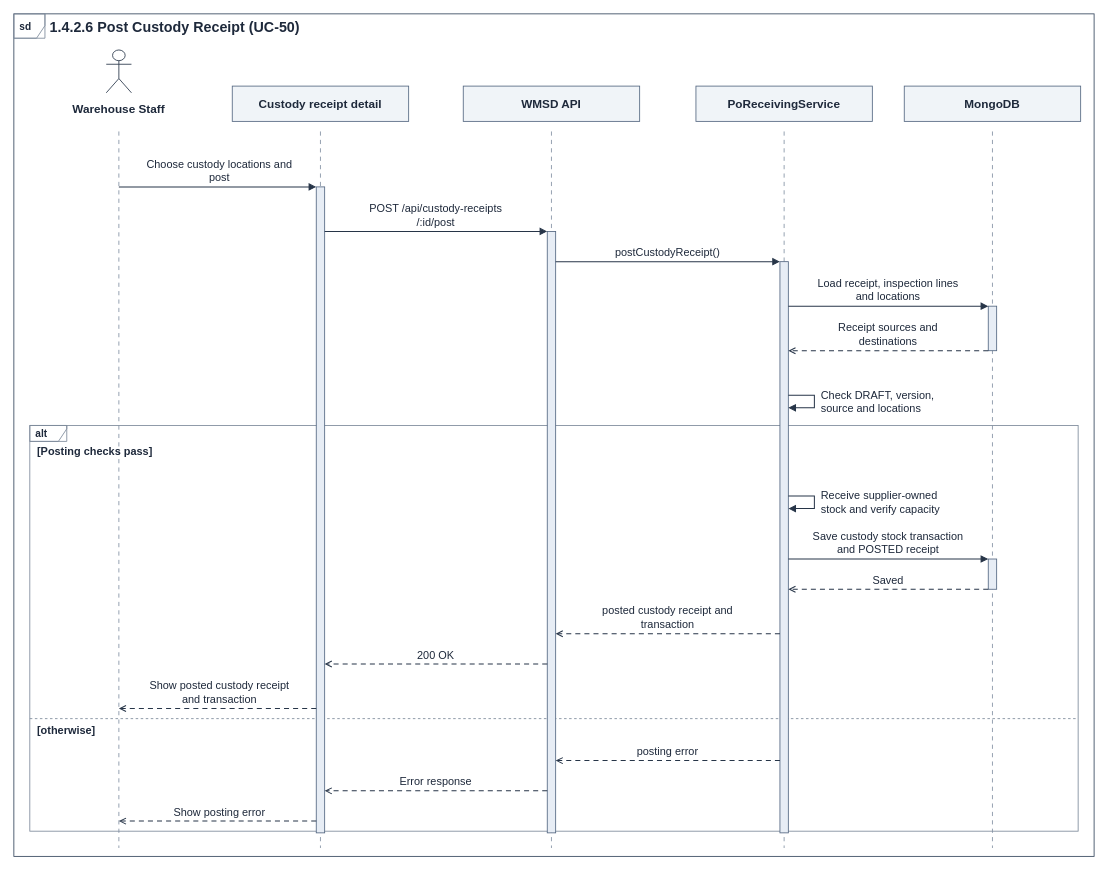
This is page "1.4.2.6 Post Custody Receipt (UC-50)" (24 of 25) of git_doc/docs/04_so_do/WMSD_BF01_Diagrams.drawio from bupbalabup/wmsd_be, a draw.io file, before an edit. Source tidied: cells renumbered, new cells numbered last; positions are measured from the earlier drawing's top-left corner, leaving out a move shared by most shapes. Both pictures are drawn from the tidied source at 84%, with x=0, y=0 at pixel (9, 9).
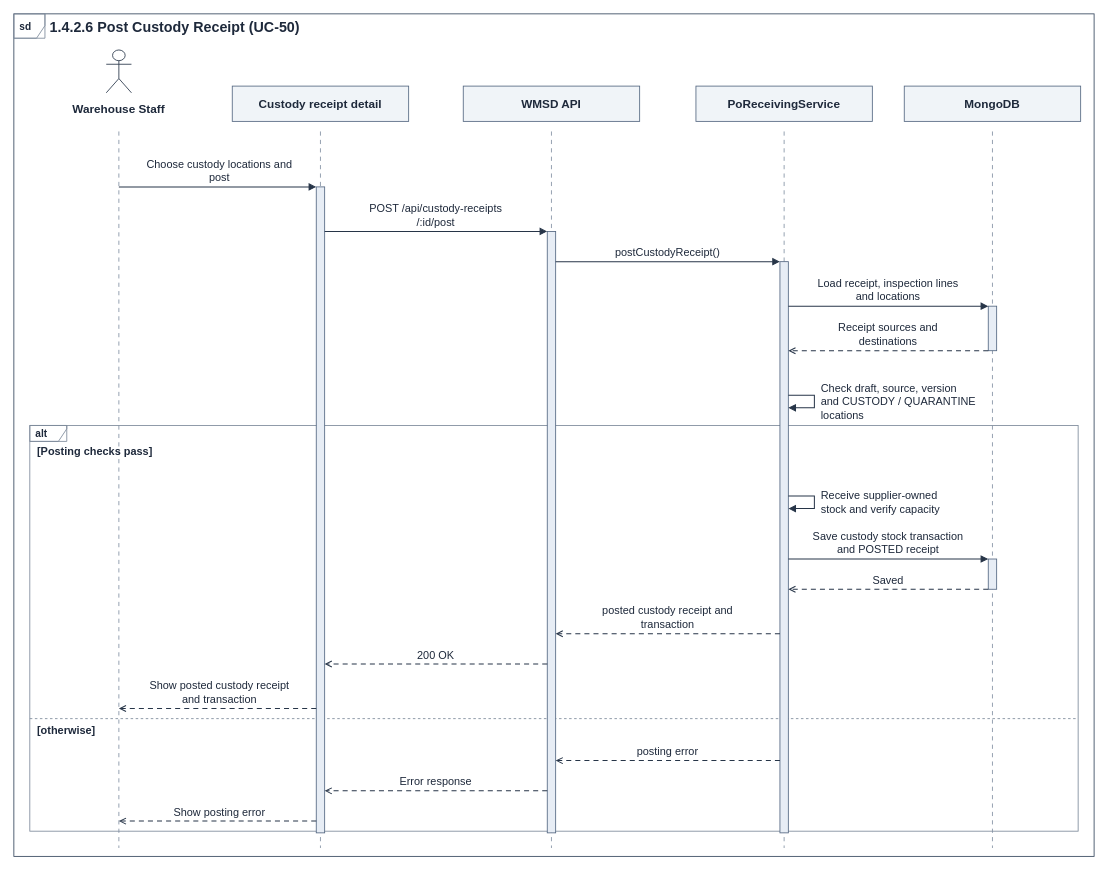
The same page after the edit.

What changed in the source:
```diff
@@
-    <mxCell id="19" value="Check DRAFT, version,&#10;source and locations" style="text;html=0;strokeColor=none;fillColor=none;spacing=0;align=left;verticalAlign=middle;whiteSpace=nowrap;overflow=visible;fontFamily=Arial;fontSize=13;fontColor=#1E293B;fontStyle=0;" parent="6" vertex="1">
+    <mxCell id="19" value="Check draft, source, version&#10;and CUSTODY / QUARANTINE&#10;locations" style="text;html=0;strokeColor=none;fillColor=none;spacing=0;align=left;verticalAlign=middle;whiteSpace=nowrap;overflow=visible;fontFamily=Arial;fontSize=13;fontColor=#1E293B;fontStyle=0;" parent="6" vertex="1">
       <mxGeometry x="966" y="449" width="192" height="34" as="geometry" />
     </mxCell>
```
